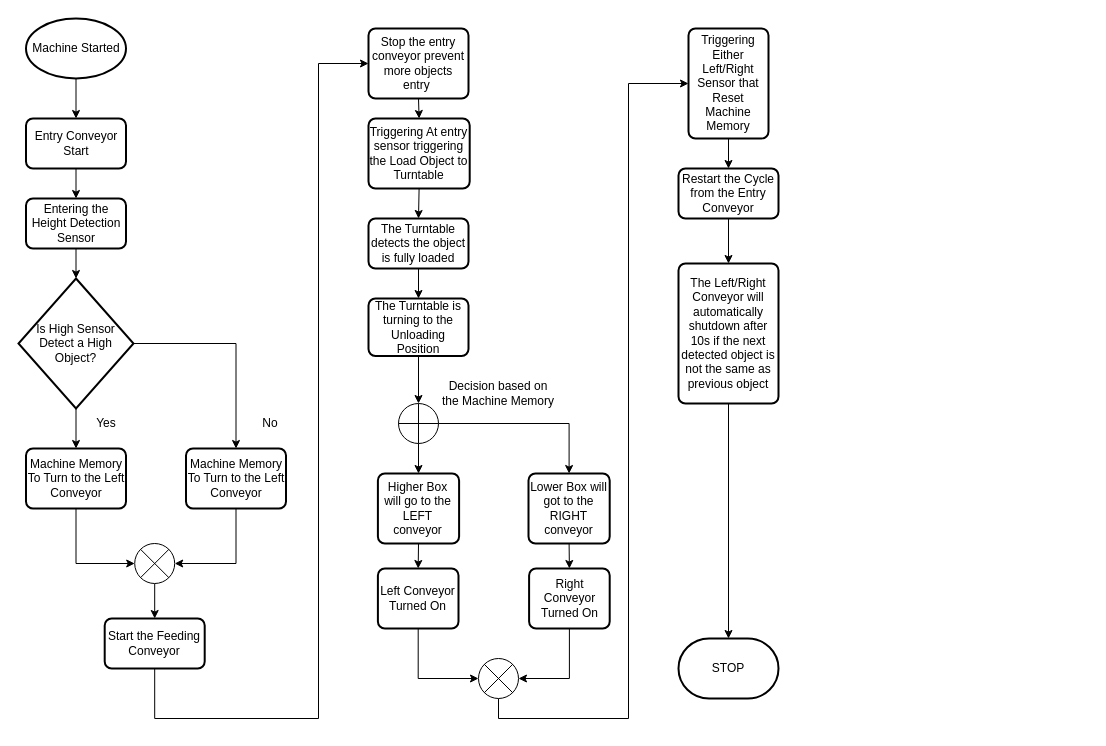
Earlier version of the draw.io diagram Machine Workflow.drawio (Bramantyo2609/ThesisGitHub). Source tidied: cells renumbered, new cells numbered last; positions are measured from the earlier drawing's top-left corner, leaving out a move shared by most shapes. Both pictures are drawn from the tidied source at 100%, with x=0, y=0 at pixel (18, 18).
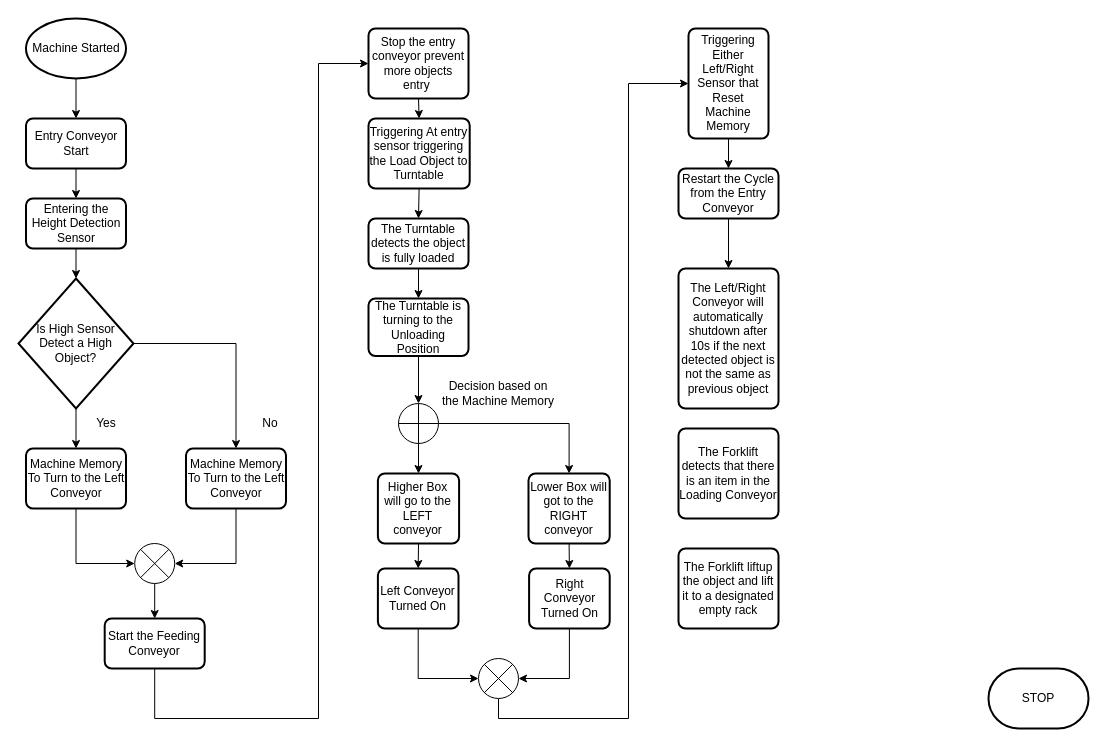
Above is the later version.

What changed in the source:
```diff
@@
-    <mxCell id="47" style="edgeStyle=orthogonalEdgeStyle;rounded=0;jettySize=auto;html=1;exitX=0.5;exitY=1;exitDx=0;exitDy=0;entryX=0.5;entryY=0;entryDx=0;entryDy=0;entryPerimeter=0;" parent="1" edge="1" source="48" target="49">
-      <mxGeometry relative="1" as="geometry" />
-    </mxCell>
     <mxCell id="48" value="The Left/Right Conveyor will automatically shutdown after 10s if the next detected object is not the same as previous object" style="rounded=1;whiteSpace=wrap;html=1;absoluteArcSize=1;arcSize=14;strokeWidth=2;" parent="1" vertex="1">
-      <mxGeometry x="660" y="245" width="100" height="140" as="geometry" />
+      <mxGeometry x="660" y="250" width="100" height="140" as="geometry" />
     </mxCell>
     <mxCell id="49" value="STOP" style="strokeWidth=2;html=1;shape=mxgraph.flowchart.terminator;whiteSpace=wrap;" parent="1" vertex="1">
-      <mxGeometry x="660" y="620" width="100" height="60" as="geometry" />
+      <mxGeometry x="970" y="650" width="100" height="60" as="geometry" />
     </mxCell>
+    <mxCell id="50" value="The Forklift detects that there is an item in the Loading Conveyor" style="rounded=1;whiteSpace=wrap;html=1;absoluteArcSize=1;arcSize=14;strokeWidth=2;" parent="1" vertex="1">
+      <mxGeometry x="660" y="410" width="100" height="90" as="geometry" />
+    </mxCell>
+    <mxCell id="51" value="The Forklift liftup the object and lift it to a designated empty rack" style="rounded=1;whiteSpace=wrap;html=1;absoluteArcSize=1;arcSize=14;strokeWidth=2;" parent="1" vertex="1">
+      <mxGeometry x="660" y="530" width="100" height="80" as="geometry" />
+    </mxCell>
```
